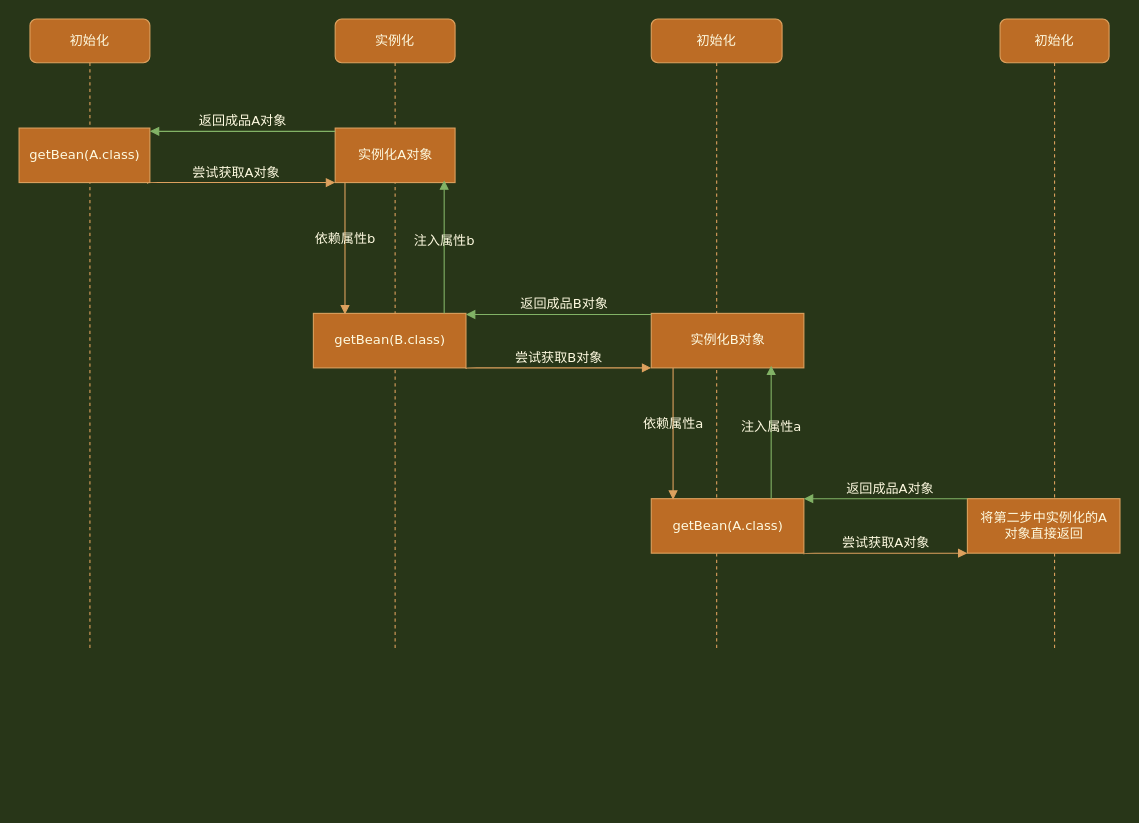
Earlier version of the draw.io diagram Spring解决Bean循环依赖流程.drawio (wangqi-jeffrey/mind-map). Source tidied: cells renumbered, new cells numbered last; positions are measured from the earlier drawing's top-left corner, leaving out a move shared by most shapes. Both pictures are drawn from the tidied source at 109%, with x=0, y=0 at pixel (19, 19).
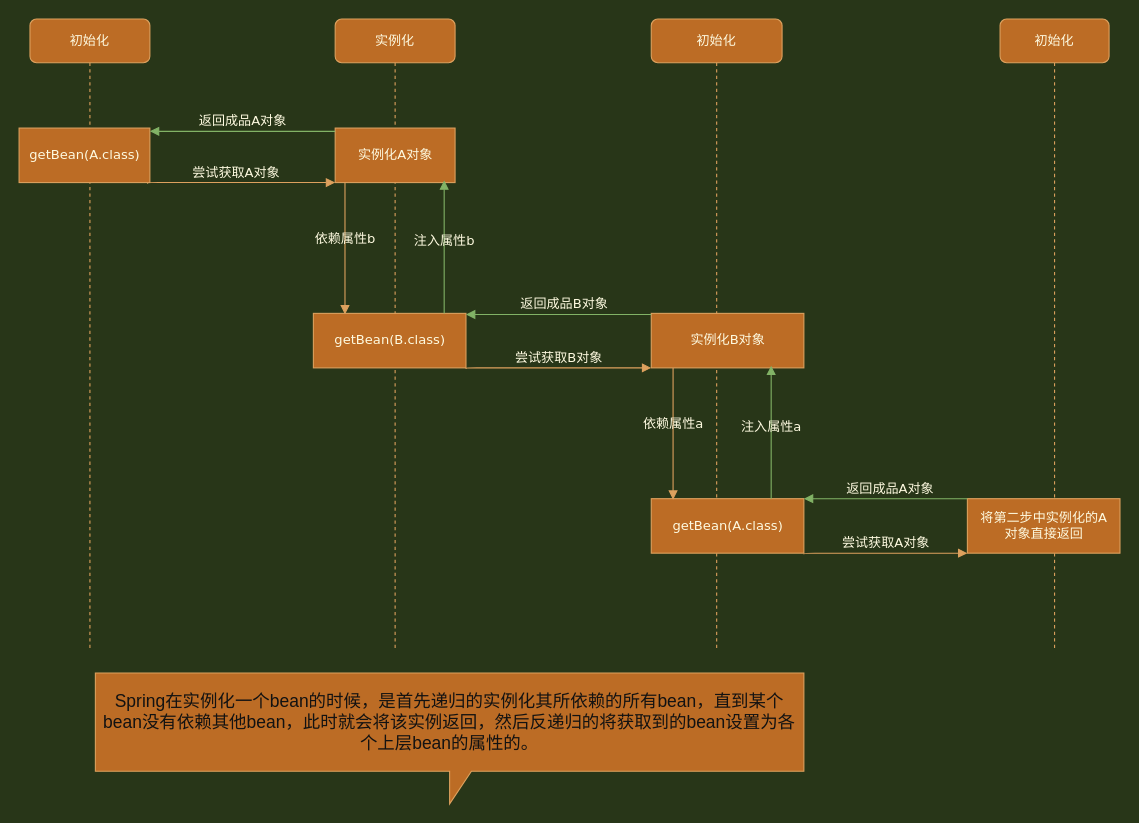
After the change.

Commit message (it also covers changes not shown here):
Update Spring解决Bean循环依赖流程.drawio

Diff of the diagram source:
```diff
@@
+    <mxCell id="22" value="&lt;span style=&quot;color: rgb(18, 18, 18); font-size: medium;&quot;&gt;Spring在实例化一个bean的时候，是首先递归的实例化其所依赖的所有bean，直到某个bean没有依赖其他bean，此时就会将该实例返回，然后反递归的将获取到的bean设置为各个上层bean的属性的。&lt;/span&gt;" style="shape=callout;whiteSpace=wrap;html=1;perimeter=calloutPerimeter;rounded=0;sketch=0;strokeColor=#DDA15E;fillColor=#BC6C25;fontColor=#FEFAE0;align=center;labelBackgroundColor=none;labelBorderColor=none;" parent="1" vertex="1">
+      <mxGeometry x="70" y="600" width="650" height="120" as="geometry" />
+    </mxCell>
```
